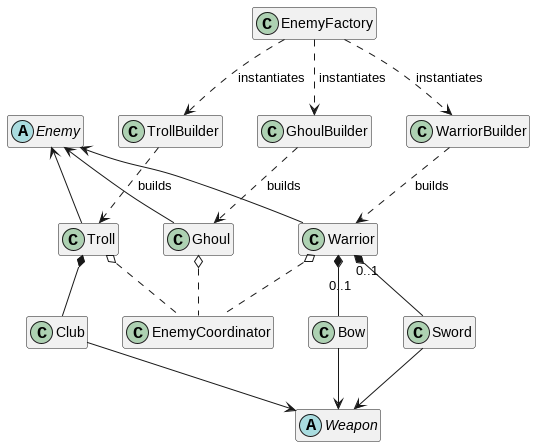
The PlantUML diagram slides/gfx/15-uml-big.png in TheBlueChameleon/Py_ForScientists, before a commit.
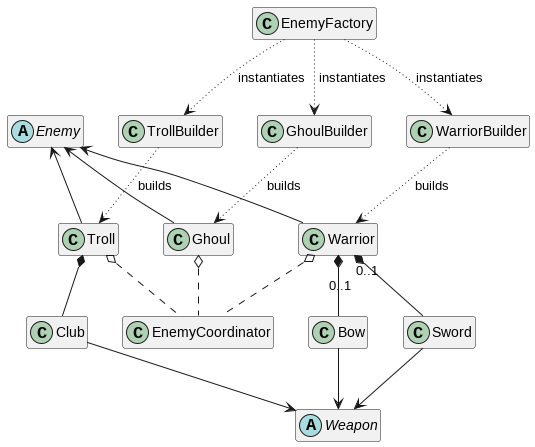
The same diagram one commit later.

The edit, as a diff of the source:
```diff
@@ -10,9 +10,9 @@
     class WarriorBuilder {}
 }
 
-EnemyFactory .down.> TrollBuilder   : instantiates
-EnemyFactory .down.> GhoulBuilder   : " instantiates"
-EnemyFactory .down.> WarriorBuilder : instantiates
+EnemyFactory -down[dotted]-> TrollBuilder   : instantiates
+EnemyFactory -down[dotted]-> GhoulBuilder   : " instantiates"
+EnemyFactory -down[dotted]-> WarriorBuilder : instantiates
 
 abstract class Enemy
     class Troll   {}
@@ -29,9 +29,9 @@
 Ghoul   o.down. EnemyCoordinator
 Warrior o.down. EnemyCoordinator
 
-TrollBuilder   ..> Troll   : " builds"
-GhoulBuilder   ..> Ghoul   : " builds"
-WarriorBuilder ..> Warrior : " builds"
+TrollBuilder   -[dotted]-> Troll   : " builds"
+GhoulBuilder   -[dotted]-> Ghoul   : " builds"
+WarriorBuilder -[dotted]-> Warrior : " builds"
 
 abstract class Weapon {}
 class Sword
```
